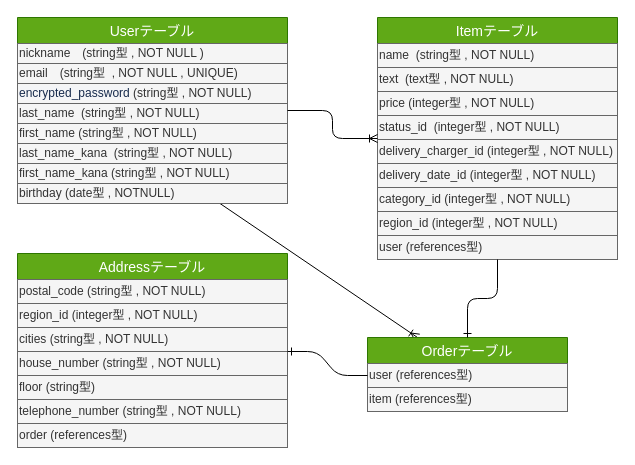
Above: er.dio in matsuurara/furima-35948 (draw.io), before the change. Source tidied: cells renumbered, new cells numbered last; positions are measured from the earlier drawing's top-left corner, leaving out a move shared by most shapes. Both pictures are drawn from the tidied source at 100%, with x=0, y=0 at pixel (17, 17).
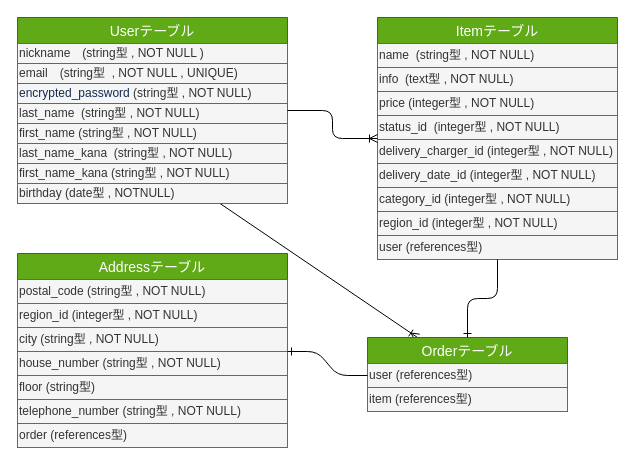
The same diagram, later.

Commit message (it also covers changes not shown here):
textカラムをinfoカラムに変更、citiesカラムをcityカラムに変更

The change refers to these unchanged cells:
```xml
<mxCell id="12" value="Itemテーブル" style="swimlane;fontStyle=0;horizontal=1;startSize=26;align=center;fontSize=14;fillColor=#60a917;strokeColor=#2D7600;fontColor=#ffffff;" parent="1" vertex="1">
  <mxGeometry x="360" width="240" height="242" as="geometry" />
</mxCell>
<mxCell id="26" value="Addressテーブル" style="swimlane;fontStyle=0;horizontal=1;startSize=26;align=center;fontSize=14;fillColor=#60a917;strokeColor=#2D7600;fontColor=#ffffff;" parent="1" vertex="1">
  <mxGeometry y="236" width="270" height="194" as="geometry" />
</mxCell>
```

Diff of the diagram source:
```diff
@@
-    <mxCell id="14" value="text&amp;nbsp; (text型 , NOT NULL)" style="text;html=1;strokeColor=#666666;fillColor=#f5f5f5;align=left;verticalAlign=middle;whiteSpace=wrap;rounded=0;fontSize=12;labelPosition=center;verticalLabelPosition=middle;fontColor=#333333;" parent="12" vertex="1">
+    <mxCell id="14" value="info&amp;nbsp; (text型 , NOT NULL)" style="text;html=1;strokeColor=#666666;fillColor=#f5f5f5;align=left;verticalAlign=middle;whiteSpace=wrap;rounded=0;fontSize=12;labelPosition=center;verticalLabelPosition=middle;fontColor=#333333;" parent="12" vertex="1">
       <mxGeometry y="50" width="240" height="24" as="geometry" />
     </mxCell>
@@
-    <mxCell id="29" value="cities (string型 , NOT NULL)" style="text;html=1;strokeColor=#666666;fillColor=#f5f5f5;align=left;verticalAlign=middle;whiteSpace=wrap;rounded=0;fontSize=12;labelPosition=center;verticalLabelPosition=middle;fontColor=#333333;" parent="26" vertex="1">
+    <mxCell id="29" value="city (string型 , NOT NULL)" style="text;html=1;strokeColor=#666666;fillColor=#f5f5f5;align=left;verticalAlign=middle;whiteSpace=wrap;rounded=0;fontSize=12;labelPosition=center;verticalLabelPosition=middle;fontColor=#333333;" parent="26" vertex="1">
       <mxGeometry y="74" width="270" height="24" as="geometry" />
     </mxCell>
```
